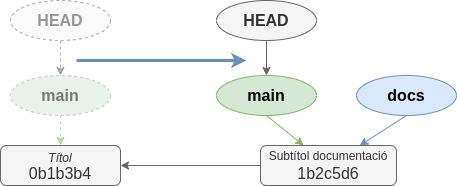
Above: docs/apunts/02_branques/img/after_ff.png in joapuiib/curs-git (draw.io), before the change. Source tidied: cells renumbered, new cells last; positions are measured from the earlier drawing's top-left corner, leaving out a move shared by most shapes.
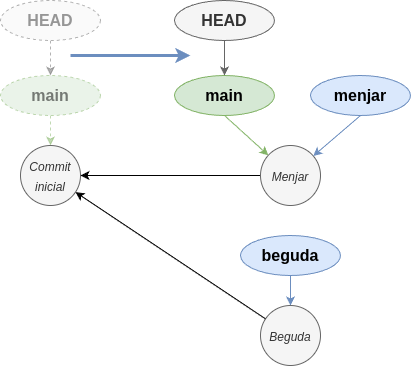
Later version of the same file.

Diff of the diagram source:
```diff
@@ -2,50 +2,62 @@
   <root>
     <mxCell id="0" />
     <mxCell id="1" parent="0" />
-    <mxCell id="2" value="&lt;div style=&quot;line-height: 100%;&quot;&gt;&lt;span style=&quot;background-color: initial;&quot;&gt;&lt;span style=&quot;font-size: 12px;&quot;&gt;&lt;i&gt;Títol&lt;/i&gt;&lt;/span&gt;&lt;/span&gt;&lt;/div&gt;&lt;div style=&quot;line-height: 100%;&quot;&gt;&lt;span style=&quot;background-color: initial;&quot;&gt;0b1b3b4&lt;/span&gt;&lt;br&gt;&lt;/div&gt;" style="rounded=1;whiteSpace=wrap;html=1;fontSize=16;fillColor=#f5f5f5;strokeColor=#666666;fontColor=#333333;" parent="1" vertex="1">
-      <mxGeometry y="145" width="120" height="40" as="geometry" />
-    </mxCell>
-    <mxCell id="3" style="rounded=0;jettySize=auto;html=1;exitX=0.5;exitY=1;exitDx=0;exitDy=0;fillColor=#d5e8d4;strokeColor=#82b366;dashed=1;opacity=50;" parent="1" edge="1" source="4" target="2">
-      <mxGeometry relative="1" as="geometry" />
-    </mxCell>
+    <mxCell id="16" value="&lt;i style=&quot;font-size: 16px;&quot;&gt;&lt;font style=&quot;font-size: 12px;&quot;&gt;Commit inicial&lt;/font&gt;&lt;/i&gt;" style="ellipse;whiteSpace=wrap;html=1;fillColor=#f5f5f5;fontColor=#333333;strokeColor=#666666;" parent="1" vertex="1">
+      <mxGeometry x="-54" y="-70" width="60" height="60" as="geometry" />
+    </mxCell>
+    <mxCell id="17" style="rounded=0;jettySize=auto;html=1;" parent="1" edge="1" source="18" target="16">
+      <mxGeometry relative="1" as="geometry" />
+    </mxCell>
+    <mxCell id="18" value="&lt;i style=&quot;font-size: 16px;&quot;&gt;&lt;font style=&quot;font-size: 12px;&quot;&gt;Menjar&lt;/font&gt;&lt;/i&gt;" style="ellipse;whiteSpace=wrap;html=1;fillColor=#f5f5f5;fontColor=#333333;strokeColor=#666666;" parent="1" vertex="1">
+      <mxGeometry x="186" y="-70" width="60" height="60" as="geometry" />
+    </mxCell>
+    <mxCell id="19" style="rounded=0;jettySize=auto;html=1;exitX=0.5;exitY=1;exitDx=0;exitDy=0;fillColor=#dae8fc;strokeColor=#6c8ebf;" parent="1" edge="1" source="20" target="18">
+      <mxGeometry relative="1" as="geometry" />
+    </mxCell>
+    <mxCell id="20" value="menjar" style="ellipse;whiteSpace=wrap;html=1;fillColor=#dae8fc;strokeColor=#6c8ebf;fontSize=16;fontStyle=1;" parent="1" vertex="1">
+      <mxGeometry x="236" y="-140" width="100" height="40" as="geometry" />
+    </mxCell>
+    <mxCell id="21" value="&lt;i style=&quot;font-size: 16px;&quot;&gt;&lt;font style=&quot;font-size: 12px;&quot;&gt;Beguda&lt;/font&gt;&lt;/i&gt;" style="ellipse;whiteSpace=wrap;html=1;fillColor=#f5f5f5;fontColor=#333333;strokeColor=#666666;" parent="1" vertex="1">
+      <mxGeometry x="186" y="90" width="60" height="60" as="geometry" />
+    </mxCell>
+    <mxCell id="22" style="rounded=0;jettySize=auto;html=1;exitX=0.5;exitY=1;exitDx=0;exitDy=0;fillColor=#dae8fc;strokeColor=#6c8ebf;" parent="1" edge="1" source="23" target="21">
+      <mxGeometry relative="1" as="geometry" />
+    </mxCell>
+    <mxCell id="23" value="beguda" style="ellipse;whiteSpace=wrap;html=1;fillColor=#dae8fc;strokeColor=#6c8ebf;fontSize=16;fontStyle=1;" parent="1" vertex="1">
+      <mxGeometry x="166" y="20" width="100" height="40" as="geometry" />
+    </mxCell>
+    <mxCell id="24" style="rounded=0;jettySize=auto;html=1;" parent="1" edge="1" source="21" target="16">
+      <mxGeometry relative="1" as="geometry" />
+    </mxCell>
+    <mxCell id="25" style="rounded=0;jettySize=auto;html=1;exitX=0.5;exitY=1;exitDx=0;exitDy=0;fillColor=#d5e8d4;strokeColor=#82b366;" parent="1" edge="1" source="12" target="18">
+      <mxGeometry relative="1" as="geometry" />
+    </mxCell>
+    <mxCell id="12" value="main" style="ellipse;whiteSpace=wrap;html=1;fillColor=#d5e8d4;strokeColor=#82b366;fontSize=16;fontStyle=1;" parent="1" vertex="1">
+      <mxGeometry x="100" y="-140" width="100" height="40" as="geometry" />
+    </mxCell>
+    <mxCell id="13" style="edgeStyle=orthogonalEdgeStyle;rounded=0;jettySize=auto;html=1;exitX=0.5;exitY=1;exitDx=0;exitDy=0;fillColor=#f5f5f5;strokeColor=#666666;" parent="1" edge="1" source="14" target="12">
+      <mxGeometry relative="1" as="geometry" />
+    </mxCell>
+    <mxCell id="14" value="HEAD" style="ellipse;whiteSpace=wrap;html=1;fillColor=#f5f5f5;strokeColor=#666666;fontSize=16;fontStyle=1;fontColor=#333333;" parent="1" vertex="1">
+      <mxGeometry x="100" y="-215" width="100" height="40" as="geometry" />
+    </mxCell>
+    <mxCell id="26" style="rounded=0;jettySize=auto;html=1;exitX=0.5;exitY=1;exitDx=0;exitDy=0;fillColor=#d5e8d4;strokeColor=#82b366;dashed=1;opacity=50;" parent="1" edge="1" source="4" target="16">
+      <mxGeometry relative="1" as="geometry" />
+    </mxCell>
     <mxCell id="4" value="main" style="ellipse;whiteSpace=wrap;html=1;fillColor=#d5e8d4;strokeColor=#82b366;fontSize=16;fontStyle=1;dashed=1;opacity=50;textOpacity=50;" parent="1" vertex="1">
-      <mxGeometry x="10" y="75" width="100" height="40" as="geometry" />
+      <mxGeometry x="-74" y="-140" width="100" height="40" as="geometry" />
     </mxCell>
     <mxCell id="5" style="edgeStyle=orthogonalEdgeStyle;rounded=0;jettySize=auto;html=1;exitX=0.5;exitY=1;exitDx=0;exitDy=0;fillColor=#f5f5f5;strokeColor=#666666;entryX=0.5;entryY=0;entryDx=0;entryDy=0;dashed=1;opacity=50;" parent="1" edge="1" source="6" target="4">
       <mxGeometry relative="1" as="geometry" />
     </mxCell>
     <mxCell id="6" value="HEAD" style="ellipse;whiteSpace=wrap;html=1;fillColor=#f5f5f5;strokeColor=#666666;fontSize=16;fontStyle=1;fontColor=#333333;dashed=1;gradientColor=none;opacity=50;textOpacity=50;" parent="1" vertex="1">
-      <mxGeometry x="10" width="100" height="40" as="geometry" />
+      <mxGeometry x="-74" y="-215" width="100" height="40" as="geometry" />
     </mxCell>
-    <mxCell id="7" style="rounded=0;jettySize=auto;html=1;exitX=0.5;exitY=1;exitDx=0;exitDy=0;fillColor=#dae8fc;strokeColor=#6c8ebf;" parent="1" edge="1" source="8" target="10">
-      <mxGeometry relative="1" as="geometry" />
-    </mxCell>
-    <mxCell id="8" value="docs" style="ellipse;whiteSpace=wrap;html=1;fillColor=#dae8fc;strokeColor=#6c8ebf;fontSize=16;fontStyle=1;" parent="1" vertex="1">
-      <mxGeometry x="356" y="75" width="100" height="40" as="geometry" />
-    </mxCell>
-    <mxCell id="9" style="edgeStyle=orthogonalEdgeStyle;rounded=0;jettySize=auto;html=1;exitX=0;exitY=0.5;exitDx=0;exitDy=0;fillColor=#f5f5f5;strokeColor=#666666;" parent="1" edge="1" source="10" target="2">
-      <mxGeometry relative="1" as="geometry" />
-    </mxCell>
-    <mxCell id="10" value="&lt;div style=&quot;line-height: 100%;&quot;&gt;&lt;font style=&quot;font-size: 12px;&quot;&gt;Subtítol documentació&lt;/font&gt;&lt;/div&gt;1b2c5d6" style="rounded=1;whiteSpace=wrap;html=1;fontSize=16;fillColor=#f5f5f5;strokeColor=#666666;fontColor=#333333;" parent="1" vertex="1">
-      <mxGeometry x="260" y="145" width="136" height="40" as="geometry" />
-    </mxCell>
-    <mxCell id="11" style="rounded=0;jettySize=auto;html=1;exitX=0.5;exitY=1;exitDx=0;exitDy=0;fillColor=#d5e8d4;strokeColor=#82b366;" parent="1" edge="1" source="12" target="10">
-      <mxGeometry relative="1" as="geometry" />
-    </mxCell>
-    <mxCell id="12" value="main" style="ellipse;whiteSpace=wrap;html=1;fillColor=#d5e8d4;strokeColor=#82b366;fontSize=16;fontStyle=1;" parent="1" vertex="1">
-      <mxGeometry x="216" y="75" width="100" height="40" as="geometry" />
-    </mxCell>
-    <mxCell id="13" style="edgeStyle=orthogonalEdgeStyle;rounded=0;jettySize=auto;html=1;exitX=0.5;exitY=1;exitDx=0;exitDy=0;fillColor=#f5f5f5;strokeColor=#666666;entryX=0.5;entryY=0;entryDx=0;entryDy=0;" parent="1" edge="1" source="14" target="12">
-      <mxGeometry relative="1" as="geometry" />
-    </mxCell>
-    <mxCell id="14" value="HEAD" style="ellipse;whiteSpace=wrap;html=1;fillColor=#f5f5f5;strokeColor=#666666;fontSize=16;fontStyle=1;fontColor=#333333;" parent="1" vertex="1">
-      <mxGeometry x="216" width="100" height="40" as="geometry" />
-    </mxCell>
-    <mxCell id="15" style="endArrow=classic;html=1;rounded=0;fillColor=#dae8fc;strokeColor=#6c8ebf;strokeWidth=3;" parent="1" edge="1">
-      <mxGeometry relative="1" as="geometry">
-        <mxPoint x="76" y="60" as="sourcePoint" />
-        <mxPoint x="246" y="60" as="targetPoint" />
-      </mxGeometry>
-    </mxCell>
+    <mxCell id="27" style="endArrow=classic;html=1;rounded=0;fillColor=#dae8fc;strokeColor=#6c8ebf;strokeWidth=3;" parent="1" edge="1">
+      <mxGeometry relative="1" as="geometry">
+        <mxPoint x="-4" y="-160" as="sourcePoint" />
+        <mxPoint x="116" y="-160" as="targetPoint" />
+      </mxGeometry>
+    </mxCell>
   </root>
 </mxGraphModel>
```
